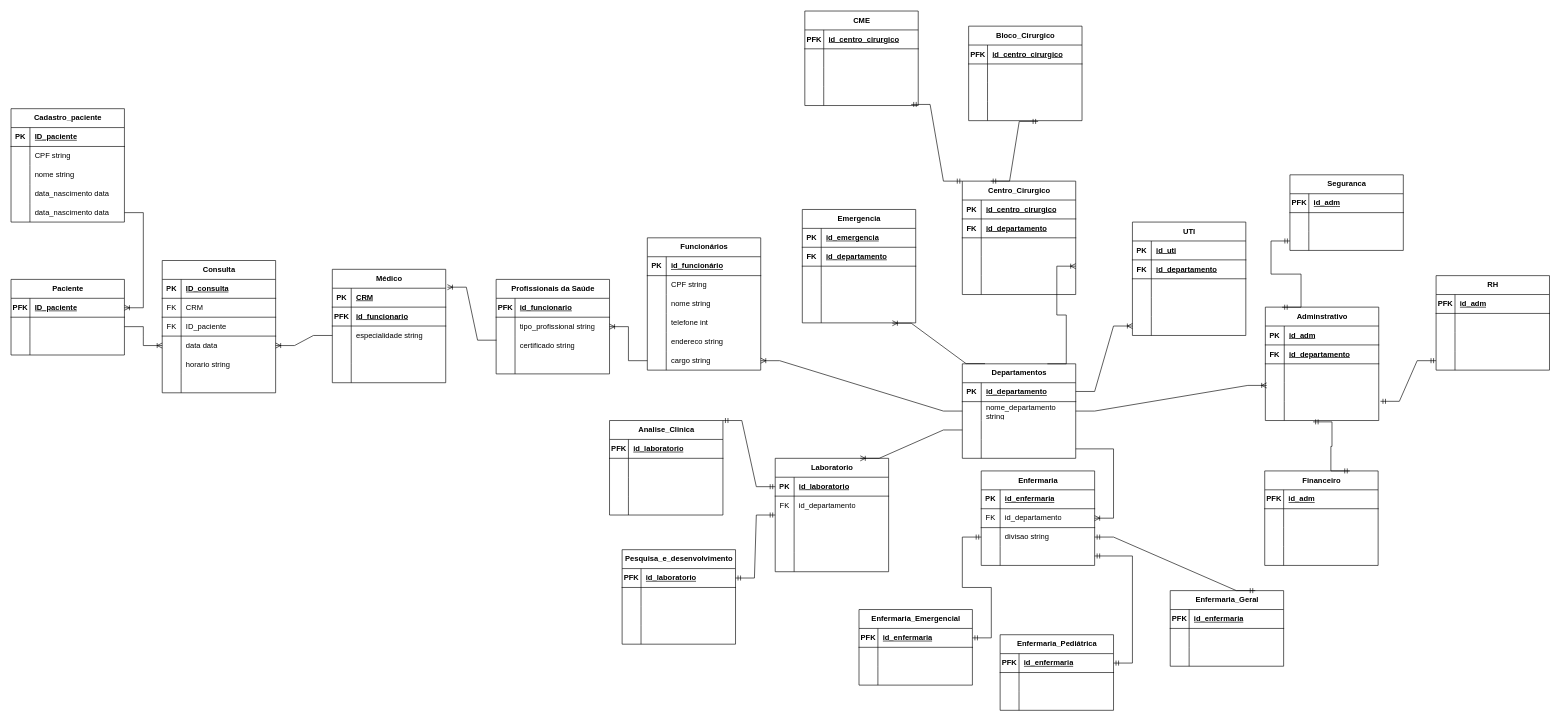
Before: Modelo Relacional/Modelo Lógico.drawio in rafasilva9537/projeto_Hospital_BD, a draw.io diagram. Source tidied: cells renumbered, new cells numbered last; positions are measured from the earlier drawing's top-left corner, leaving out a move shared by most shapes. Both pictures are drawn from the tidied source at 63%, with x=0, y=0 at pixel (11, 9).
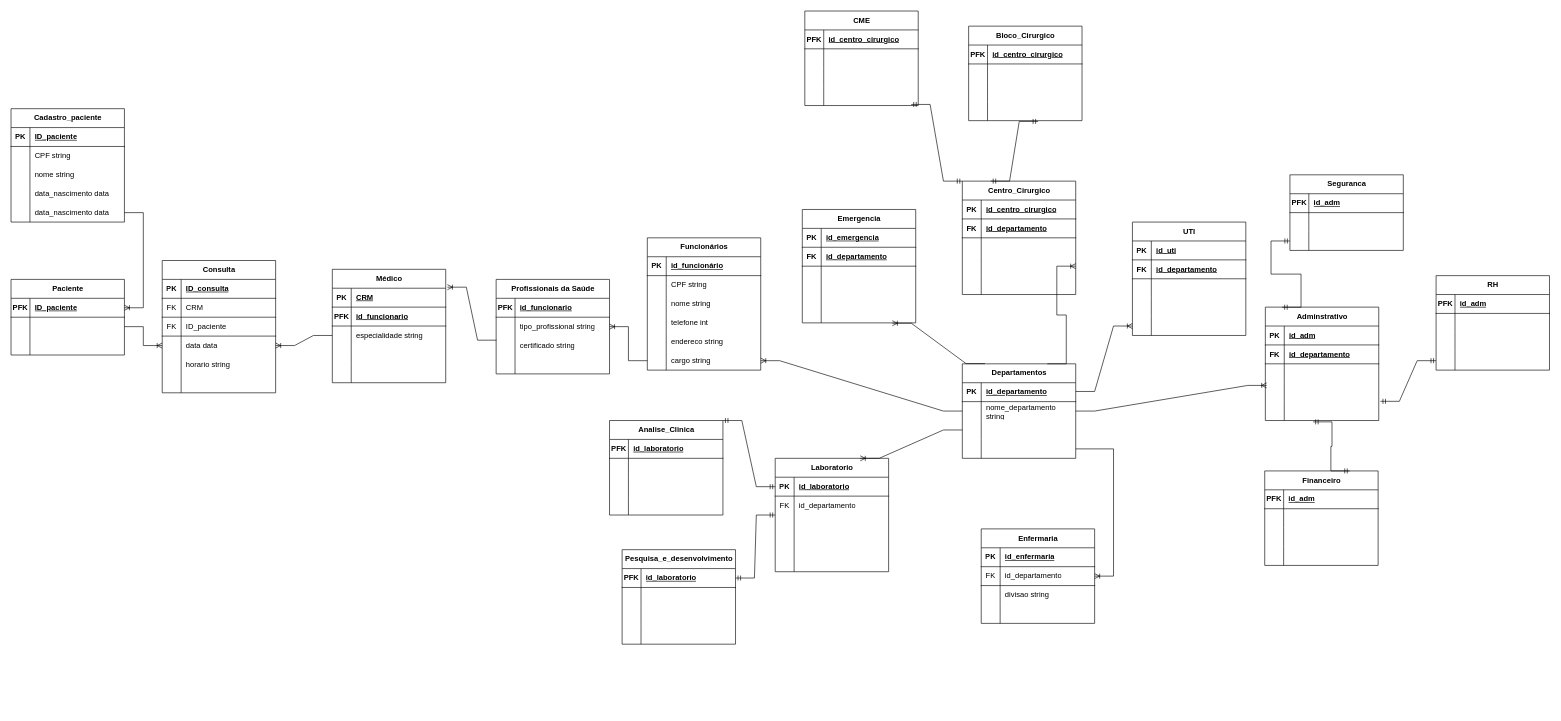
After the change.

The change refers to these unchanged cells:
```xml
<mxCell id="57" style="shape=tableRow;horizontal=0;startSize=0;swimlaneHead=0;swimlaneBody=0;fillColor=none;points=[[0,0.5],[1,0.5]];portConstraint=eastwest;top=0;left=0;right=0;bottom=0;" parent="50" vertex="1">
  <mxGeometry y="90" width="180" height="30" as="geometry" />
</mxCell>
<mxCell id="60" style="shape=tableRow;horizontal=0;startSize=0;swimlaneHead=0;swimlaneBody=0;fillColor=none;points=[[0,0.5],[1,0.5]];portConstraint=eastwest;top=0;left=0;right=0;bottom=0;" parent="50" vertex="1">
  <mxGeometry y="120" width="180" height="30" as="geometry" />
</mxCell>
```

Diff of the diagram source:
```diff
@@
     <mxCell id="50" value="Enfermaria" style="shape=table;startSize=30;childLayout=tableLayout;rowLines=0;fontStyle=1;align=center;html=1;" parent="1" vertex="1">
-      <mxGeometry x="1540" y="732" width="180" height="150" as="geometry" />
+      <mxGeometry x="1540" y="824" width="180" height="150" as="geometry" />
     </mxCell>
@@
-    <mxCell id="191" value="Enfermaria_Emergencial" style="shape=table;startSize=30;childLayout=tableLayout;rowLines=0;fontStyle=1;align=center;html=1;" parent="1" vertex="1">
-      <mxGeometry x="1346" y="952" width="180" height="120" as="geometry" />
-    </mxCell>
-    <mxCell id="192" style="shape=tableRow;horizontal=0;startSize=0;swimlaneHead=0;swimlaneBody=0;fillColor=none;points=[[0,0.5],[1,0.5]];portConstraint=eastwest;top=0;left=0;right=0;bottom=1;" parent="191" vertex="1">
-      <mxGeometry y="30" width="180" height="30" as="geometry" />
-    </mxCell>
-    <mxCell id="193" value="PFK" style="shape=partialRectangle;fillColor=none;top=0;left=0;bottom=0;right=0;fontStyle=1;overflow=hidden;whiteSpace=wrap;html=1;" parent="192" vertex="1">
-      <mxGeometry width="30" height="30" as="geometry" />
-    </mxCell>
-    <mxCell id="194" value="id_enfermaria" style="shape=partialRectangle;fillColor=none;top=0;left=0;bottom=0;right=0;align=left;spacingLeft=6;fontStyle=5;overflow=hidden;whiteSpace=wrap;html=1;" parent="192" vertex="1">
-      <mxGeometry x="30" width="150" height="30" as="geometry" />
-    </mxCell>
-    <mxCell id="195" style="shape=tableRow;horizontal=0;startSize=0;swimlaneHead=0;swimlaneBody=0;fillColor=none;top=0;left=0;right=0;bottom=0;" parent="191" vertex="1">
-      <mxGeometry y="60" width="180" height="30" as="geometry" />
-    </mxCell>
-    <mxCell id="196" style="shape=partialRectangle;fillColor=none;top=0;left=0;bottom=0;right=0;overflow=hidden;whiteSpace=wrap;html=1;" parent="195" vertex="1">
-      <mxGeometry width="30" height="30" as="geometry" />
-    </mxCell>
-    <mxCell id="197" style="shape=partialRectangle;fillColor=none;top=0;left=0;bottom=0;right=0;align=left;spacingLeft=6;overflow=hidden;whiteSpace=wrap;html=1;" parent="195" vertex="1">
-      <mxGeometry x="30" width="150" height="30" as="geometry" />
-    </mxCell>
-    <mxCell id="198" style="shape=tableRow;horizontal=0;startSize=0;swimlaneHead=0;swimlaneBody=0;fillColor=none;top=0;left=0;right=0;bottom=0;" parent="191" vertex="1">
-      <mxGeometry y="90" width="180" height="30" as="geometry" />
-    </mxCell>
-    <mxCell id="199" style="shape=partialRectangle;fillColor=none;top=0;left=0;bottom=0;right=0;overflow=hidden;whiteSpace=wrap;html=1;" parent="198" vertex="1">
-      <mxGeometry width="30" height="30" as="geometry" />
-    </mxCell>
-    <mxCell id="200" style="shape=partialRectangle;fillColor=none;top=0;left=0;bottom=0;right=0;align=left;spacingLeft=6;overflow=hidden;whiteSpace=wrap;html=1;" parent="198" vertex="1">
-      <mxGeometry x="30" width="150" height="30" as="geometry" />
-    </mxCell>
-    <mxCell id="201" value="Enfermaria_Geral" style="shape=table;startSize=30;childLayout=tableLayout;rowLines=0;fontStyle=1;align=center;html=1;" parent="1" vertex="1">
-      <mxGeometry x="1840" y="922" width="180" height="120" as="geometry" />
-    </mxCell>
-    <mxCell id="202" style="shape=tableRow;horizontal=0;startSize=0;swimlaneHead=0;swimlaneBody=0;fillColor=none;top=0;left=0;right=0;bottom=1;" parent="201" vertex="1">
-      <mxGeometry y="30" width="180" height="30" as="geometry" />
-    </mxCell>
-    <mxCell id="203" value="PFK" style="shape=partialRectangle;fillColor=none;top=0;left=0;bottom=0;right=0;fontStyle=1;overflow=hidden;whiteSpace=wrap;html=1;" parent="202" vertex="1">
-      <mxGeometry width="30" height="30" as="geometry" />
-    </mxCell>
-    <mxCell id="204" value="id_enfermaria" style="shape=partialRectangle;fillColor=none;top=0;left=0;bottom=0;right=0;align=left;spacingLeft=6;fontStyle=5;overflow=hidden;whiteSpace=wrap;html=1;" parent="202" vertex="1">
-      <mxGeometry x="30" width="150" height="30" as="geometry" />
-    </mxCell>
-    <mxCell id="205" style="shape=tableRow;horizontal=0;startSize=0;swimlaneHead=0;swimlaneBody=0;fillColor=none;top=0;left=0;right=0;bottom=0;" parent="201" vertex="1">
-      <mxGeometry y="60" width="180" height="30" as="geometry" />
-    </mxCell>
-    <mxCell id="206" style="shape=partialRectangle;fillColor=none;top=0;left=0;bottom=0;right=0;overflow=hidden;whiteSpace=wrap;html=1;" parent="205" vertex="1">
-      <mxGeometry width="30" height="30" as="geometry" />
-    </mxCell>
-    <mxCell id="207" style="shape=partialRectangle;fillColor=none;top=0;left=0;bottom=0;right=0;align=left;spacingLeft=6;overflow=hidden;whiteSpace=wrap;html=1;" parent="205" vertex="1">
-      <mxGeometry x="30" width="150" height="30" as="geometry" />
-    </mxCell>
-    <mxCell id="208" style="shape=tableRow;horizontal=0;startSize=0;swimlaneHead=0;swimlaneBody=0;fillColor=none;top=0;left=0;right=0;bottom=0;" parent="201" vertex="1">
-      <mxGeometry y="90" width="180" height="30" as="geometry" />
-    </mxCell>
-    <mxCell id="209" style="shape=partialRectangle;fillColor=none;top=0;left=0;bottom=0;right=0;overflow=hidden;whiteSpace=wrap;html=1;" parent="208" vertex="1">
-      <mxGeometry width="30" height="30" as="geometry" />
-    </mxCell>
-    <mxCell id="210" style="shape=partialRectangle;fillColor=none;top=0;left=0;bottom=0;right=0;align=left;spacingLeft=6;overflow=hidden;whiteSpace=wrap;html=1;" parent="208" vertex="1">
-      <mxGeometry x="30" width="150" height="30" as="geometry" />
-    </mxCell>
-    <mxCell id="211" value="Enfermaria_Pediátrica" style="shape=table;startSize=30;childLayout=tableLayout;rowLines=0;fontStyle=1;align=center;html=1;" parent="1" vertex="1">
-      <mxGeometry x="1570" y="992" width="180" height="120" as="geometry" />
-    </mxCell>
-    <mxCell id="212" style="shape=tableRow;horizontal=0;startSize=0;swimlaneHead=0;swimlaneBody=0;fillColor=none;points=[[0,0.5],[1,0.5]];portConstraint=eastwest;top=0;left=0;right=0;bottom=1;" parent="211" vertex="1">
-      <mxGeometry y="30" width="180" height="30" as="geometry" />
-    </mxCell>
-    <mxCell id="213" value="PFK" style="shape=partialRectangle;fillColor=none;top=0;left=0;bottom=0;right=0;fontStyle=1;overflow=hidden;whiteSpace=wrap;html=1;" parent="212" vertex="1">
-      <mxGeometry width="30" height="30" as="geometry" />
-    </mxCell>
-    <mxCell id="214" value="id_enfermaria" style="shape=partialRectangle;fillColor=none;top=0;left=0;bottom=0;right=0;align=left;spacingLeft=6;fontStyle=5;overflow=hidden;whiteSpace=wrap;html=1;" parent="212" vertex="1">
-      <mxGeometry x="30" width="150" height="30" as="geometry" />
-    </mxCell>
-    <mxCell id="215" style="shape=tableRow;horizontal=0;startSize=0;swimlaneHead=0;swimlaneBody=0;fillColor=none;top=0;left=0;right=0;bottom=0;" parent="211" vertex="1">
-      <mxGeometry y="60" width="180" height="30" as="geometry" />
-    </mxCell>
-    <mxCell id="216" style="shape=partialRectangle;fillColor=none;top=0;left=0;bottom=0;right=0;overflow=hidden;whiteSpace=wrap;html=1;" parent="215" vertex="1">
-      <mxGeometry width="30" height="30" as="geometry" />
-    </mxCell>
-    <mxCell id="217" style="shape=partialRectangle;fillColor=none;top=0;left=0;bottom=0;right=0;align=left;spacingLeft=6;overflow=hidden;whiteSpace=wrap;html=1;" parent="215" vertex="1">
-      <mxGeometry x="30" width="150" height="30" as="geometry" />
-    </mxCell>
-    <mxCell id="218" style="shape=tableRow;horizontal=0;startSize=0;swimlaneHead=0;swimlaneBody=0;fillColor=none;top=0;left=0;right=0;bottom=0;" parent="211" vertex="1">
-      <mxGeometry y="90" width="180" height="30" as="geometry" />
-    </mxCell>
-    <mxCell id="219" style="shape=partialRectangle;fillColor=none;top=0;left=0;bottom=0;right=0;overflow=hidden;whiteSpace=wrap;html=1;" parent="218" vertex="1">
-      <mxGeometry width="30" height="30" as="geometry" />
-    </mxCell>
-    <mxCell id="220" style="shape=partialRectangle;fillColor=none;top=0;left=0;bottom=0;right=0;align=left;spacingLeft=6;overflow=hidden;whiteSpace=wrap;html=1;" parent="218" vertex="1">
-      <mxGeometry x="30" width="150" height="30" as="geometry" />
-    </mxCell>
-    <mxCell id="221" style="edgeStyle=entityRelationEdgeStyle;fontSize=12;html=1;endArrow=ERmandOne;startArrow=ERmandOne;rounded=0;exitX=1;exitY=0.5;exitDx=0;exitDy=0;entryX=0;entryY=0.5;entryDx=0;entryDy=0;" parent="1" edge="1" source="192" target="57">
-      <mxGeometry relative="1" as="geometry" />
-    </mxCell>
-    <mxCell id="222" style="edgeStyle=entityRelationEdgeStyle;fontSize=12;html=1;endArrow=ERmandOne;startArrow=ERmandOne;rounded=0;" parent="1" edge="1" source="212" target="60">
-      <mxGeometry relative="1" as="geometry" />
-    </mxCell>
-    <mxCell id="223" style="edgeStyle=entityRelationEdgeStyle;fontSize=12;html=1;endArrow=ERmandOne;startArrow=ERmandOne;rounded=0;exitX=1;exitY=0.5;exitDx=0;exitDy=0;entryX=0.75;entryY=0;entryDx=0;entryDy=0;" parent="1" edge="1" source="57" target="201">
-      <mxGeometry relative="1" as="geometry">
-        <Array as="points">
-          <mxPoint x="1920" y="812" />
-          <mxPoint x="1920" y="812" />
-          <mxPoint x="1920" y="802" />
-        </Array>
-      </mxGeometry>
-    </mxCell>
```
